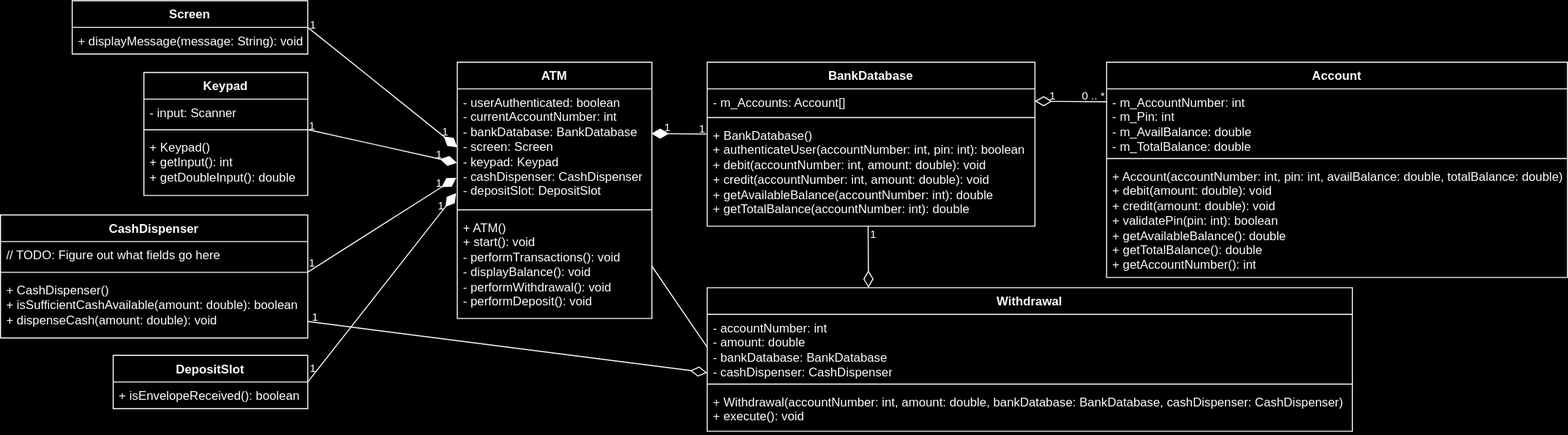
Before: Main Courses/CSC1016S/Assignments/5- UML and Consolidation/Diagrams/Exercise2.drawio.svg, a diagram exported from draw.io (DnA-IntRicate/uct-cse). Source tidied: cells renumbered, new cells last; positions are measured from the earlier drawing's top-left corner, leaving out a move shared by most shapes.
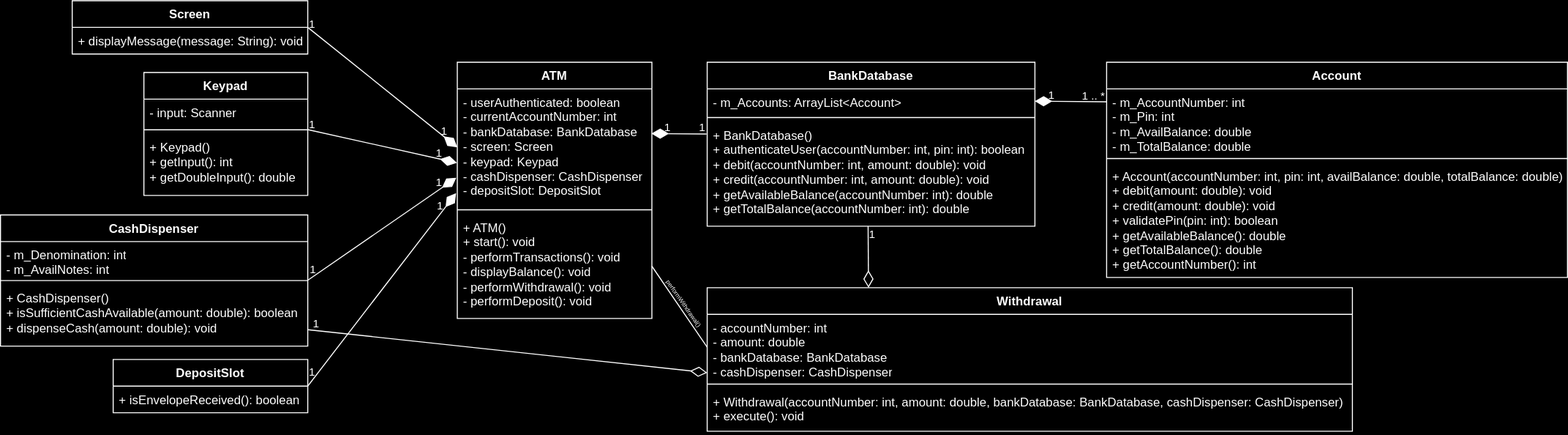
Later version of the same file.

Commit message:
Assignment 5 complete code & update UML diagrams

Diff of the diagram source:
```diff
@@ -17,7 +17,7 @@
     <mxCell id="6" value="BankDatabase&lt;div&gt;&lt;br&gt;&lt;/div&gt;" style="swimlane;fontStyle=1;align=center;verticalAlign=top;horizontal=1;startSize=26;whiteSpace=wrap;html=1;" parent="1" vertex="1">
       <mxGeometry x="690" y="60" width="320" height="160" as="geometry" />
     </mxCell>
-    <mxCell id="7" value="- m_Accounts: Account[]" style="text;strokeColor=none;fillColor=none;align=left;verticalAlign=top;spacingLeft=4;spacingRight=4;overflow=hidden;points=[[0,0.5],[1,0.5]];portConstraint=eastwest;whiteSpace=wrap;html=1;" parent="6" vertex="1">
+    <mxCell id="7" value="- m_Accounts: ArrayList&amp;lt;Account&amp;gt;" style="text;strokeColor=none;fillColor=none;align=left;verticalAlign=top;spacingLeft=4;spacingRight=4;overflow=hidden;points=[[0,0.5],[1,0.5]];portConstraint=eastwest;whiteSpace=wrap;html=1;" parent="6" vertex="1">
       <mxGeometry y="26" width="320" height="24" as="geometry" />
     </mxCell>
     <mxCell id="8" style="line;strokeWidth=1;fillColor=none;align=left;verticalAlign=middle;spacingTop=-1;spacingLeft=3;spacingRight=3;labelPosition=right;strokeColor=inherit;" parent="6" vertex="1">
@@ -27,16 +27,16 @@
       <mxGeometry y="58" width="320" height="102" as="geometry" />
     </mxCell>
     <mxCell id="10" value="CashDispenser" style="swimlane;fontStyle=1;align=center;verticalAlign=top;horizontal=1;startSize=26;whiteSpace=wrap;html=1;" parent="1" vertex="1">
-      <mxGeometry y="209" width="300" height="120" as="geometry" />
+      <mxGeometry y="209" width="300" height="128" as="geometry" />
     </mxCell>
-    <mxCell id="11" value="// TODO: Figure out what fields go here" style="text;strokeColor=none;fillColor=none;align=left;verticalAlign=top;spacingLeft=4;spacingRight=4;overflow=hidden;whiteSpace=wrap;html=1;" parent="10" vertex="1">
-      <mxGeometry y="26" width="300" height="26" as="geometry" />
+    <mxCell id="11" value="- m_Denomination: int&lt;div&gt;- m_AvailNotes: int&lt;/div&gt;" style="text;strokeColor=none;fillColor=none;align=left;verticalAlign=top;spacingLeft=4;spacingRight=4;overflow=hidden;whiteSpace=wrap;html=1;" parent="10" vertex="1">
+      <mxGeometry y="26" width="300" height="34" as="geometry" />
     </mxCell>
     <mxCell id="12" style="line;strokeWidth=1;fillColor=none;align=left;verticalAlign=middle;spacingTop=-1;spacingLeft=3;spacingRight=3;labelPosition=right;points=[];portConstraint=eastwest;strokeColor=inherit;" parent="10" vertex="1">
-      <mxGeometry y="52" width="300" height="8" as="geometry" />
+      <mxGeometry y="60" width="300" height="8" as="geometry" />
     </mxCell>
     <mxCell id="13" value="+ CashDispenser()&lt;div&gt;+&amp;nbsp;isSufficientCashAvailable(amount: double): boolean&lt;/div&gt;&lt;div&gt;+ dispenseCash(amount: double): void&lt;/div&gt;" style="text;strokeColor=none;fillColor=none;align=left;verticalAlign=top;spacingLeft=4;spacingRight=4;overflow=hidden;points=[[0,0.5],[1,0.5]];portConstraint=eastwest;whiteSpace=wrap;html=1;" parent="10" vertex="1">
-      <mxGeometry y="60" width="300" height="60" as="geometry" />
+      <mxGeometry y="68" width="300" height="60" as="geometry" />
     </mxCell>
     <mxCell id="14" value="ATM" style="swimlane;fontStyle=1;align=center;verticalAlign=top;horizontal=1;startSize=26;whiteSpace=wrap;html=1;" parent="1" vertex="1">
       <mxGeometry x="446" y="60" width="190" height="250" as="geometry" />
@@ -51,7 +51,7 @@
       <mxGeometry y="148" width="190" height="102" as="geometry" />
     </mxCell>
     <mxCell id="18" value="DepositSlot&lt;div&gt;&lt;br&gt;&lt;/div&gt;" style="swimlane;fontStyle=1;align=center;verticalAlign=top;horizontal=1;startSize=26;whiteSpace=wrap;html=1;" parent="1" vertex="1">
-      <mxGeometry x="110" y="346" width="190" height="52" as="geometry" />
+      <mxGeometry x="110" y="350" width="190" height="52" as="geometry" />
     </mxCell>
     <mxCell id="19" value="+&amp;nbsp;isEnvelopeReceived(): boolean" style="text;strokeColor=none;fillColor=none;align=left;verticalAlign=top;spacingLeft=4;spacingRight=4;overflow=hidden;whiteSpace=wrap;html=1;" parent="18" vertex="1">
       <mxGeometry y="26" width="190" height="26" as="geometry" />
@@ -122,7 +122,7 @@
     </mxCell>
     <mxCell id="38" value="1" style="edgeLabel;html=1;align=center;verticalAlign=middle;labelBackgroundColor=none;" parent="36" vertex="1">
       <mxGeometry x="0.98" relative="1" as="geometry">
-        <mxPoint x="3" y="-9" as="offset" />
+        <mxPoint x="4" y="-10" as="offset" />
       </mxGeometry>
     </mxCell>
     <mxCell id="39" style="endArrow=none;html=1;endSize=12;startArrow=diamondThin;startSize=14;startFill=1;align=left;verticalAlign=bottom;rounded=0;exitX=-0.006;exitY=0.893;exitDx=0;exitDy=0;endFill=0;exitPerimeter=0;entryX=1;entryY=0.5;entryDx=0;entryDy=0;" parent="1" edge="1" source="15" target="18">
@@ -151,7 +151,7 @@
         <mxPoint x="-4" y="-6" as="offset" />
       </mxGeometry>
     </mxCell>
-    <mxCell id="45" style="endArrow=none;html=1;endSize=12;startArrow=diamondThin;startSize=14;startFill=0;align=left;verticalAlign=bottom;rounded=0;endFill=0;exitX=1;exitY=0.5;exitDx=0;exitDy=0;entryX=0;entryY=0.198;entryDx=0;entryDy=0;entryPerimeter=0;" parent="1" edge="1" source="7" target="3">
+    <mxCell id="45" style="endArrow=none;html=1;endSize=12;startArrow=diamondThin;startSize=14;startFill=1;align=left;verticalAlign=bottom;rounded=0;endFill=0;exitX=1;exitY=0.5;exitDx=0;exitDy=0;entryX=0;entryY=0.198;entryDx=0;entryDy=0;entryPerimeter=0;" parent="1" edge="1" source="7" target="3">
       <mxGeometry x="-1" y="3" relative="1" as="geometry" />
     </mxCell>
     <mxCell id="46" value="1" style="edgeLabel;html=1;align=center;verticalAlign=middle;labelBackgroundColor=none;" parent="45" vertex="1">
@@ -159,14 +159,19 @@
         <mxPoint x="3" y="-6" as="offset" />
       </mxGeometry>
     </mxCell>
-    <mxCell id="47" value="0 .. *" style="edgeLabel;html=1;align=center;verticalAlign=middle;labelBackgroundColor=none;" parent="45" vertex="1">
+    <mxCell id="47" value="1 .. *" style="edgeLabel;html=1;align=center;verticalAlign=middle;labelBackgroundColor=none;" parent="45" vertex="1">
       <mxGeometry x="0.95" relative="1" as="geometry">
         <mxPoint x="-12" y="-6" as="offset" />
       </mxGeometry>
     </mxCell>
-    <mxCell id="48" style="rounded=0;jettySize=auto;html=1;exitX=0;exitY=0.5;exitDx=0;exitDy=0;entryX=1;entryY=0.5;entryDx=0;entryDy=0;endArrow=none;endFill=0;" parent="1" edge="1" source="27" target="17">
+    <mxCell id="48" style="rounded=0;jettySize=auto;html=1;exitX=0;exitY=0.5;exitDx=0;exitDy=0;entryX=1;entryY=0.5;entryDx=0;entryDy=0;endArrow=none;endFill=0;labelBackgroundColor=none;" parent="1" edge="1" source="27" target="17">
       <mxGeometry relative="1" as="geometry" />
     </mxCell>
+    <mxCell id="53" value="&lt;font style=&quot;font-size: 6px;&quot;&gt;performWithdrawal()&lt;/font&gt;" style="edgeLabel;html=1;align=center;verticalAlign=middle;labelBackgroundColor=none;rotation=55;fontSize=6;" parent="48" vertex="1">
+      <mxGeometry x="0.13" relative="1" as="geometry">
+        <mxPoint x="8" y="2" as="offset" />
+      </mxGeometry>
+    </mxCell>
     <mxCell id="49" style="endArrow=none;html=1;endSize=12;startArrow=diamondThin;startSize=14;startFill=0;align=left;verticalAlign=bottom;rounded=0;entryX=0.491;entryY=1.001;entryDx=0;entryDy=0;entryPerimeter=0;exitX=0.25;exitY=0;exitDx=0;exitDy=0;labelBackgroundColor=none;endFill=0;" parent="1" edge="1" source="26" target="9">
       <mxGeometry x="-1" y="3" relative="1" as="geometry" />
     </mxCell>
@@ -180,7 +185,7 @@
     </mxCell>
     <mxCell id="52" value="1" style="edgeLabel;html=1;align=center;verticalAlign=middle;labelBackgroundColor=none;" parent="51" vertex="1">
       <mxGeometry x="0.98" relative="1" as="geometry">
-        <mxPoint x="2" y="-5" as="offset" />
+        <mxPoint x="3" y="-7" as="offset" />
       </mxGeometry>
     </mxCell>
   </root>
```
